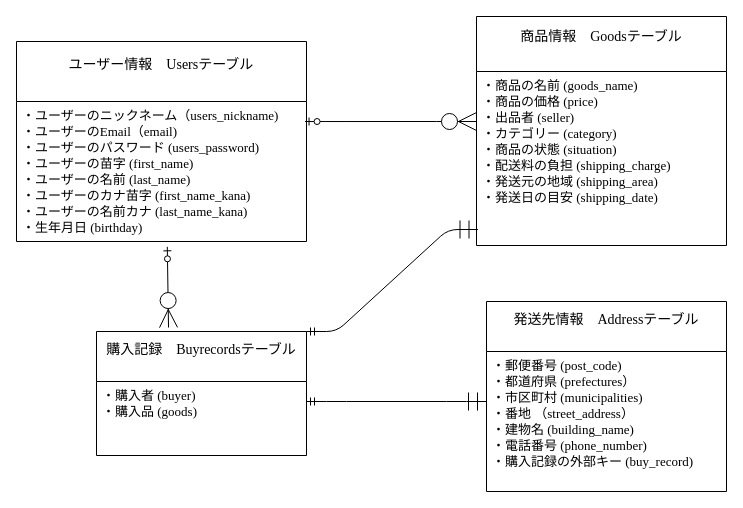
Earlier version of the draw.io diagram database.dio (ayumi0511/furima-39874). Source tidied: cells renumbered, new cells numbered last; positions are measured from the earlier drawing's top-left corner, leaving out a move shared by most shapes. Both pictures are drawn from the tidied source at 100%, with x=0, y=0 at pixel (16, 16).
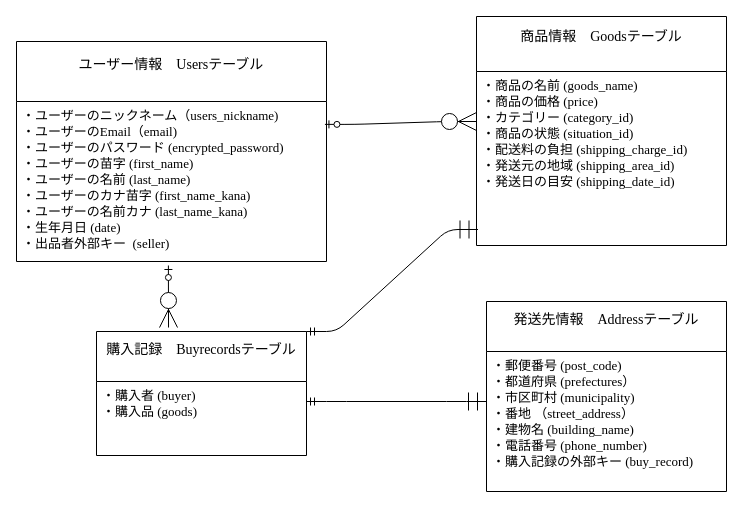
The same page after the edit.

Commit message (it also covers changes not shown here):
データベース設計　修正#2

Diff of the diagram source:
```diff
@@
 <mxGraphModel>
   <root>
     <mxCell id="0" />
     <mxCell id="1" parent="0" />
     <mxCell id="2" value="購入記録　Buyrecordsテーブル&#10;" style="swimlane;fontStyle=0;horizontal=1;startSize=50;align=center;fontSize=14;hachureGap=4;fontFamily=Garamond;" parent="1" vertex="1">
       <mxGeometry x="80" y="315" width="210" height="124" as="geometry" />
     </mxCell>
     <mxCell id="3" value="・購入者 (buyer)&#10;・購入品 (goods)" style="text;strokeColor=none;fillColor=none;spacingLeft=4;spacingRight=4;overflow=hidden;fontSize=13;hachureGap=4;fontFamily=Garamond;sketch=1;curveFitting=1;jiggle=2;" parent="2" vertex="1">
       <mxGeometry y="50" width="210" height="74" as="geometry" />
     </mxCell>
     <mxCell id="4" value="発送先情報　Addressテーブル&#10;" style="swimlane;fontStyle=0;horizontal=1;startSize=50;align=center;fontSize=14;hachureGap=4;fontFamily=Garamond;" parent="1" vertex="1">
       <mxGeometry x="470" y="285" width="240" height="190" as="geometry" />
     </mxCell>
-    <mxCell id="5" value="・郵便番号 (post_code)&#10;・都道府県 (prefectures）&#10;・市区町村 (municipalities)&#10;・番地 （street_address）&#10;・建物名 (building_name)&#10;・電話番号 (phone_number)&#10;・購入記録の外部キー (buy_record)&#10;" style="text;strokeColor=none;fillColor=none;spacingLeft=4;spacingRight=4;overflow=hidden;fontSize=13;hachureGap=4;fontFamily=Garamond;sketch=1;curveFitting=1;jiggle=2;" parent="4" vertex="1">
+    <mxCell id="5" value="・郵便番号 (post_code)&#10;・都道府県 (prefectures）&#10;・市区町村 (municipality)&#10;・番地 （street_address）&#10;・建物名 (building_name)&#10;・電話番号 (phone_number)&#10;・購入記録の外部キー (buy_record)&#10;" style="text;strokeColor=none;fillColor=none;spacingLeft=4;spacingRight=4;overflow=hidden;fontSize=13;hachureGap=4;fontFamily=Garamond;sketch=1;curveFitting=1;jiggle=2;" parent="4" vertex="1">
       <mxGeometry y="50" width="240" height="140" as="geometry" />
     </mxCell>
     <mxCell id="6" value="商品情報　Goodsテーブル&#10;" style="swimlane;fontStyle=0;horizontal=1;startSize=55;align=center;fontSize=14;hachureGap=4;fontFamily=Garamond;" parent="1" vertex="1">
       <mxGeometry x="460" width="250" height="229" as="geometry" />
     </mxCell>
-    <mxCell id="7" value="・商品の名前 (goods_name)&#10;・商品の価格 (price)&#10;・出品者 (seller)&#10;・カテゴリー (category)&#10;・商品の状態 (situation)&#10;・配送料の負担 (shipping_charge)&#10;・発送元の地域 (shipping_area)&#10;・発送日の目安 (shipping_date)" style="text;strokeColor=none;fillColor=none;spacingLeft=4;spacingRight=4;overflow=hidden;points=[[0,0.5],[1,0.5]];portConstraint=eastwest;fontSize=13;hachureGap=4;fontFamily=Garamond;" parent="6" vertex="1">
+    <mxCell id="7" value="・商品の名前 (goods_name)&#10;・商品の価格 (price)&#10;・カテゴリー (category_id)&#10;・商品の状態 (situation_id)&#10;・配送料の負担 (shipping_charge_id)&#10;・発送元の地域 (shipping_area_id)&#10;・発送日の目安 (shipping_date_id)" style="text;strokeColor=none;fillColor=none;spacingLeft=4;spacingRight=4;overflow=hidden;points=[[0,0.5],[1,0.5]];portConstraint=eastwest;fontSize=13;hachureGap=4;fontFamily=Garamond;" parent="6" vertex="1">
       <mxGeometry y="55" width="250" height="174" as="geometry" />
     </mxCell>
     <mxCell id="8" value="ユーザー情報　Usersテーブル&#10;" style="swimlane;fontStyle=0;horizontal=1;startSize=60;align=center;fontSize=14;hachureGap=4;fontFamily=Garamond;" parent="1" vertex="1">
-      <mxGeometry y="25" width="290" height="200" as="geometry" />
+      <mxGeometry y="25" width="310" height="220" as="geometry" />
     </mxCell>
-    <mxCell id="9" value="・ユーザーのニックネーム（users_nickname)&#10;・ユーザーのEmail（email)&#10;・ユーザーのパスワード (users_password)&#10;・ユーザーの苗字 (first_name)&#10;・ユーザーの名前 (last_name)&#10;・ユーザーのカナ苗字 (first_name_kana)&#10;・ユーザーの名前カナ (last_name_kana)&#10;・生年月日 (birthday)" style="text;strokeColor=none;fillColor=none;spacingLeft=4;spacingRight=4;overflow=hidden;points=[[0,0.5],[1,0.5]];portConstraint=eastwest;fontSize=13;hachureGap=4;fontFamily=Garamond;" parent="8" vertex="1">
-      <mxGeometry y="60" width="290" height="140" as="geometry" />
+    <mxCell id="9" value="・ユーザーのニックネーム（users_nickname)&#10;・ユーザーのEmail（email)&#10;・ユーザーのパスワード (encrypted_password)&#10;・ユーザーの苗字 (first_name)&#10;・ユーザーの名前 (last_name)&#10;・ユーザーのカナ苗字 (first_name_kana)&#10;・ユーザーの名前カナ (last_name_kana)&#10;・生年月日 (date)&#10;・出品者外部キー  (seller)" style="text;strokeColor=none;fillColor=none;spacingLeft=4;spacingRight=4;overflow=hidden;points=[[0,0.5],[1,0.5]];portConstraint=eastwest;fontSize=13;hachureGap=4;fontFamily=Garamond;" parent="8" vertex="1">
+      <mxGeometry y="60" width="310" height="160" as="geometry" />
     </mxCell>
     <mxCell id="10" style="edgeStyle=entityRelationEdgeStyle;fontSize=12;html=1;endArrow=ERzeroToMany;startArrow=ERzeroToOne;sketch=0;hachureGap=4;jiggle=2;curveFitting=1;fontFamily=Garamond;endSize=16;sourcePerimeterSpacing=16;exitX=0.995;exitY=0.143;exitDx=0;exitDy=0;exitPerimeter=0;" parent="1" edge="1" source="9">
       <mxGeometry relative="1" as="geometry">
         <mxPoint x="460" y="105" as="targetPoint" />
       </mxGeometry>
     </mxCell>
-    <mxCell id="11" style="fontSize=12;html=1;endArrow=ERzeroToMany;startArrow=ERzeroToOne;sketch=0;hachureGap=4;jiggle=2;curveFitting=1;fontFamily=Garamond;endSize=16;sourcePerimeterSpacing=16;exitX=0.52;exitY=1.038;exitDx=0;exitDy=0;exitPerimeter=0;entryX=0.343;entryY=-0.032;entryDx=0;entryDy=0;entryPerimeter=0;" parent="1" edge="1" source="9" target="2">
+    <mxCell id="11" style="fontSize=12;html=1;endArrow=ERzeroToMany;startArrow=ERzeroToOne;sketch=0;hachureGap=4;jiggle=2;curveFitting=1;fontFamily=Garamond;endSize=16;sourcePerimeterSpacing=16;entryX=0.343;entryY=-0.032;entryDx=0;entryDy=0;entryPerimeter=0;exitX=0.49;exitY=1.025;exitDx=0;exitDy=0;exitPerimeter=0;" parent="1" edge="1" source="9" target="2">
       <mxGeometry relative="1" as="geometry" />
     </mxCell>
     <mxCell id="12" style="edgeStyle=entityRelationEdgeStyle;fontSize=12;html=1;endArrow=ERmandOne;startArrow=ERmandOne;sketch=0;hachureGap=4;jiggle=2;curveFitting=1;fontFamily=Garamond;endSize=16;sourcePerimeterSpacing=16;" parent="1" edge="1">
       <mxGeometry relative="1" as="geometry">
         <mxPoint x="290" y="385" as="sourcePoint" />
         <mxPoint x="470" y="385" as="targetPoint" />
       </mxGeometry>
     </mxCell>
     <mxCell id="13" style="edgeStyle=entityRelationEdgeStyle;fontSize=12;html=1;endArrow=ERmandOne;startArrow=ERmandOne;sketch=0;hachureGap=4;jiggle=2;curveFitting=1;fontFamily=Garamond;endSize=16;sourcePerimeterSpacing=16;exitX=1;exitY=0;exitDx=0;exitDy=0;entryX=0.006;entryY=0.908;entryDx=0;entryDy=0;entryPerimeter=0;" parent="1" edge="1" source="2" target="7">
       <mxGeometry relative="1" as="geometry" />
     </mxCell>
   </root>
 </mxGraphModel>
```
